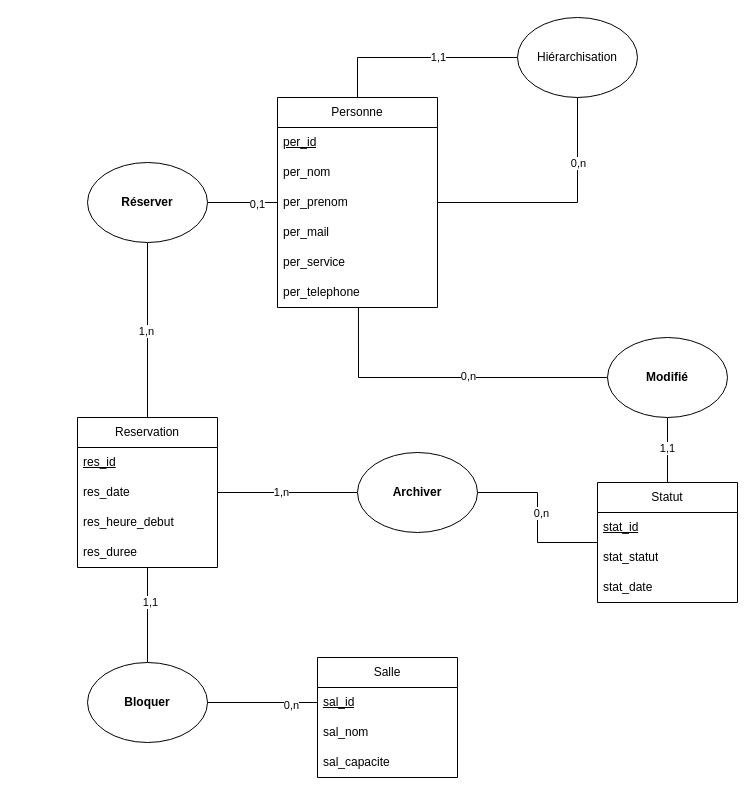
Earlier version of the draw.io diagram MCD_Reservation_Salle.drawio (Mzk-Ali/EXO_M2I_MERISE). Source tidied: cells renumbered, new cells numbered last; positions are measured from the earlier drawing's top-left corner, leaving out a move shared by most shapes. Both pictures are drawn from the tidied source at 100%, with x=0, y=0 at pixel (77, 17).
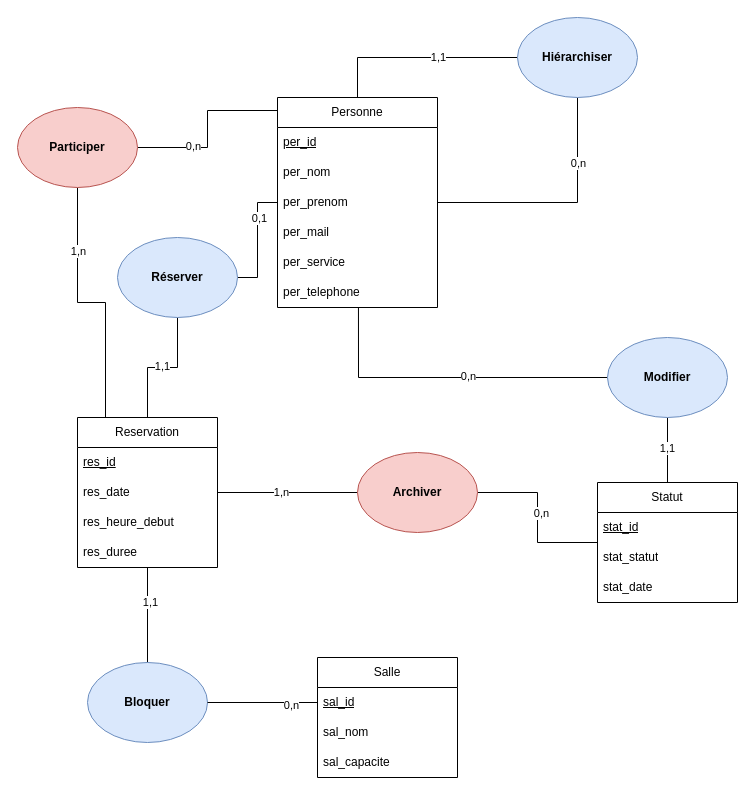
Above is the later version.

Commit message (it also covers changes not shown here):
Mettre à jour MCD_Reservation_Salle.drawio

Unchanged cells that the change refers to:
```xml
<mxCell id="10" value="Reservation" style="swimlane;fontStyle=0;horizontal=1;startSize=30;whiteSpace=wrap;html=1;" parent="1" vertex="1">
  <mxGeometry y="400" width="140" height="150" as="geometry" />
</mxCell>
<mxCell id="23" value="Personne" style="swimlane;fontStyle=0;horizontal=1;startSize=30;whiteSpace=wrap;html=1;" parent="1" vertex="1">
  <mxGeometry x="200" y="80" width="160" height="210" as="geometry" />
</mxCell>
<mxCell id="31" style="edgeStyle=orthogonalEdgeStyle;rounded=0;jettySize=auto;html=1;entryX=0.5;entryY=0;entryDx=0;entryDy=0;endArrow=none;startFill=0;" parent="1" edge="1" source="33" target="10">
  <mxGeometry relative="1" as="geometry" />
</mxCell>
```

What changed in the source:
```diff
@@
+    <mxCell id="47" style="edgeStyle=orthogonalEdgeStyle;rounded=0;jettySize=auto;html=1;entryX=0.5;entryY=1;entryDx=0;entryDy=0;exitX=0.2;exitY=0.013;exitDx=0;exitDy=0;exitPerimeter=0;endArrow=none;startFill=0;" parent="1" edge="1" source="10" target="51">
+      <mxGeometry relative="1" as="geometry" />
+    </mxCell>
+    <mxCell id="48" value="1,n" style="edgeLabel;html=1;align=center;verticalAlign=middle;" parent="47" vertex="1">
+      <mxGeometry x="0.51" relative="1" as="geometry" />
+    </mxCell>
@@
+    <mxCell id="49" style="edgeStyle=orthogonalEdgeStyle;rounded=0;jettySize=auto;html=1;entryX=1;entryY=0.5;entryDx=0;entryDy=0;exitX=0.006;exitY=0.062;exitDx=0;exitDy=0;exitPerimeter=0;endArrow=none;startFill=0;" parent="1" edge="1" source="23" target="51">
+      <mxGeometry relative="1" as="geometry" />
+    </mxCell>
+    <mxCell id="50" value="0,n" style="edgeLabel;html=1;align=center;verticalAlign=middle;" parent="49" vertex="1">
+      <mxGeometry x="0.37" y="-2" relative="1" as="geometry" />
+    </mxCell>
@@
-    <mxCell id="30" value="Hiérarchisation" style="ellipse;whiteSpace=wrap;html=1;" parent="1" vertex="1">
+    <mxCell id="30" value="&lt;b&gt;Hiérarchiser&lt;/b&gt;" style="ellipse;whiteSpace=wrap;html=1;fillColor=#dae8fc;strokeColor=#6c8ebf;" parent="1" vertex="1">
       <mxGeometry x="440" width="120" height="80" as="geometry" />
     </mxCell>
@@
-    <mxCell id="32" value="1,n" style="edgeLabel;html=1;align=center;verticalAlign=middle;" parent="31" vertex="1">
+    <mxCell id="32" value="1,1" style="edgeLabel;html=1;align=center;verticalAlign=middle;" parent="31" vertex="1">
       <mxGeometry x="0.01" y="-2" relative="1" as="geometry" />
     </mxCell>
-    <mxCell id="33" value="&lt;b&gt;Réserver&lt;/b&gt;" style="ellipse;whiteSpace=wrap;html=1;" parent="1" vertex="1">
-      <mxGeometry x="10" y="145" width="120" height="80" as="geometry" />
+    <mxCell id="33" value="&lt;b&gt;Réserver&lt;/b&gt;" style="ellipse;whiteSpace=wrap;html=1;fillColor=#dae8fc;strokeColor=#6c8ebf;" parent="1" vertex="1">
+      <mxGeometry x="40" y="220" width="120" height="80" as="geometry" />
     </mxCell>
@@
-    <mxCell id="42" value="&lt;b&gt;Modifié&lt;/b&gt;" style="ellipse;whiteSpace=wrap;html=1;" parent="1" vertex="1">
+    <mxCell id="42" value="&lt;b&gt;Modifier&lt;/b&gt;" style="ellipse;whiteSpace=wrap;html=1;fillColor=#dae8fc;strokeColor=#6c8ebf;" parent="1" vertex="1">
       <mxGeometry x="530" y="320" width="120" height="80" as="geometry" />
     </mxCell>
-    <mxCell id="43" value="&lt;b&gt;Archiver&lt;/b&gt;" style="ellipse;whiteSpace=wrap;html=1;" parent="1" vertex="1">
+    <mxCell id="43" value="&lt;b&gt;Archiver&lt;/b&gt;" style="ellipse;whiteSpace=wrap;html=1;fillColor=#f8cecc;strokeColor=#b85450;" parent="1" vertex="1">
       <mxGeometry x="280" y="435" width="120" height="80" as="geometry" />
     </mxCell>
-    <mxCell id="44" value="&lt;b&gt;Bloquer&lt;/b&gt;" style="ellipse;whiteSpace=wrap;html=1;" parent="1" vertex="1">
+    <mxCell id="44" value="&lt;b&gt;Bloquer&lt;/b&gt;" style="ellipse;whiteSpace=wrap;html=1;fillColor=#dae8fc;strokeColor=#6c8ebf;" parent="1" vertex="1">
       <mxGeometry x="10" y="645" width="120" height="80" as="geometry" />
     </mxCell>
@@
+    <mxCell id="51" value="&lt;b&gt;Participer&lt;/b&gt;" style="ellipse;whiteSpace=wrap;html=1;fillColor=#f8cecc;strokeColor=#b85450;" parent="1" vertex="1">
+      <mxGeometry x="-60" y="90" width="120" height="80" as="geometry" />
+    </mxCell>
```
